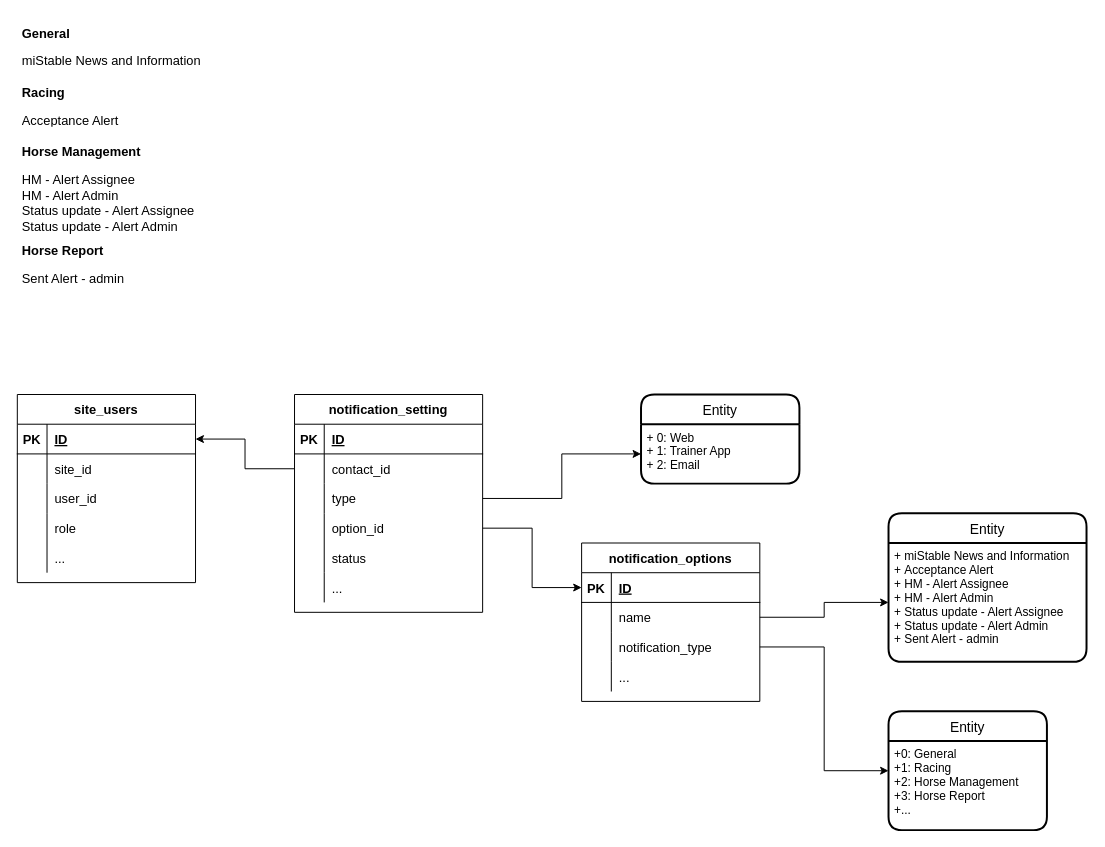
Before: Notification.drawio in loan-ngo/demo01, a draw.io diagram. Source tidied: cells renumbered, new cells numbered last; positions are measured from the earlier drawing's top-left corner, leaving out a move shared by most shapes. Both pictures are drawn from the tidied source at 99%, with x=0, y=0 at pixel (17, 38).
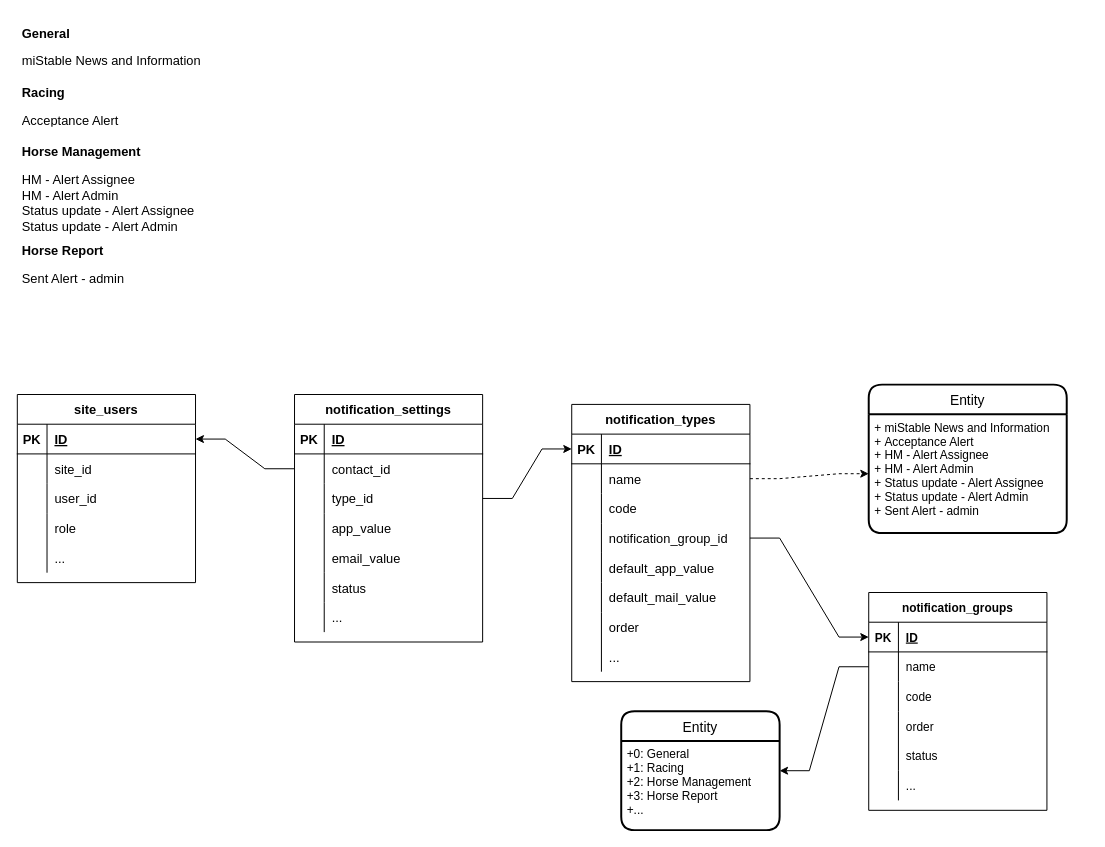
The same diagram, later.

The change refers to these unchanged cells:
```xml
<mxCell id="7" style="shape=tableRow;horizontal=0;startSize=0;swimlaneHead=0;swimlaneBody=0;fillColor=none;points=[[0,0.5],[1,0.5]];portConstraint=eastwest;top=0;left=0;right=0;bottom=1;fontSize=13;" parent="6" vertex="1">
  <mxGeometry y="30" width="180" height="30" as="geometry" />
</mxCell>
<mxCell id="26" style="shape=tableRow;horizontal=0;startSize=0;swimlaneHead=0;swimlaneBody=0;fillColor=none;points=[[0,0.5],[1,0.5]];portConstraint=eastwest;top=0;left=0;right=0;bottom=0;fontSize=13;" parent="22" vertex="1">
  <mxGeometry y="60" width="190" height="30" as="geometry" />
</mxCell>
<mxCell id="35" style="shape=tableRow;horizontal=0;startSize=0;swimlaneHead=0;swimlaneBody=0;fillColor=none;top=0;left=0;right=0;bottom=0;fontSize=13;" parent="22" vertex="1">
  <mxGeometry y="150" width="190" height="30" as="geometry" />
</mxCell>
<mxCell id="49" style="shape=tableRow;horizontal=0;startSize=0;swimlaneHead=0;swimlaneBody=0;fillColor=none;points=[[0,0.5],[1,0.5]];portConstraint=eastwest;top=0;left=0;right=0;bottom=1;fontSize=13;" parent="48" vertex="1">
  <mxGeometry y="30" width="180" height="30" as="geometry" />
</mxCell>
<mxCell id="52" style="shape=tableRow;horizontal=0;startSize=0;swimlaneHead=0;swimlaneBody=0;fillColor=none;points=[[0,0.5],[1,0.5]];portConstraint=eastwest;top=0;left=0;right=0;bottom=0;fontSize=13;" parent="48" vertex="1">
  <mxGeometry y="60" width="180" height="30" as="geometry" />
</mxCell>
<mxCell id="62" value="+ miStable News and Information&#10;+ Acceptance Alert&#10;+ HM - Alert Assignee&#10;+ HM - Alert Admin&#10;+ Status update - Alert Assignee&#10;+ Status update - Alert Admin&#10;+ Sent Alert - admin" style="align=left;strokeColor=none;fillColor=none;spacingLeft=4;fontSize=12;verticalAlign=top;" parent="61" vertex="1">
  <mxGeometry y="30" width="200" height="120" as="geometry" />
</mxCell>
```

The edit, as a diff of the source:
```diff
@@
-    <mxCell id="22" value="notification_setting" style="shape=table;startSize=30;childLayout=tableLayout;rowLines=0;fontStyle=1;align=center;fontSize=13;" parent="1" vertex="1">
-      <mxGeometry x="280" y="360" width="190" height="220" as="geometry" />
+    <mxCell id="22" value="notification_settings" style="shape=table;startSize=30;childLayout=tableLayout;rowLines=0;fontStyle=1;align=center;fontSize=13;" parent="1" vertex="1">
+      <mxGeometry x="280" y="360" width="190" height="250" as="geometry" />
     </mxCell>
@@
-    <mxCell id="29" style="shape=tableRow;horizontal=0;startSize=0;swimlaneHead=0;swimlaneBody=0;fillColor=none;points=[[0,0.5],[1,0.5]];portConstraint=eastwest;top=0;left=0;right=0;bottom=0;fontSize=13;" parent="22" vertex="1">
-      <mxGeometry y="90" width="190" height="30" as="geometry" />
-    </mxCell>
-    <mxCell id="30" style="shape=partialRectangle;fillColor=none;top=0;left=0;bottom=0;right=0;overflow=hidden;fontSize=13;" parent="29" vertex="1">
-      <mxGeometry width="30" height="30" as="geometry" />
-    </mxCell>
-    <mxCell id="31" value="type" style="shape=partialRectangle;fillColor=none;top=0;left=0;bottom=0;right=0;align=left;spacingLeft=6;overflow=hidden;fontSize=13;" parent="29" vertex="1">
-      <mxGeometry x="30" width="160" height="30" as="geometry" />
-    </mxCell>
     <mxCell id="32" style="shape=tableRow;horizontal=0;startSize=0;swimlaneHead=0;swimlaneBody=0;fillColor=none;points=[[0,0.5],[1,0.5]];portConstraint=eastwest;top=0;left=0;right=0;bottom=0;fontSize=13;" parent="22" vertex="1">
-      <mxGeometry y="120" width="190" height="30" as="geometry" />
+      <mxGeometry y="90" width="190" height="30" as="geometry" />
     </mxCell>
@@
-    <mxCell id="34" value="option_id" style="shape=partialRectangle;fillColor=none;top=0;left=0;bottom=0;right=0;align=left;spacingLeft=6;overflow=hidden;fontSize=13;" parent="32" vertex="1">
+    <mxCell id="34" value="type_id" style="shape=partialRectangle;fillColor=none;top=0;left=0;bottom=0;right=0;align=left;spacingLeft=6;overflow=hidden;fontSize=13;" parent="32" vertex="1">
       <mxGeometry x="30" width="160" height="30" as="geometry" />
     </mxCell>
+    <mxCell id="65" style="shape=tableRow;horizontal=0;startSize=0;swimlaneHead=0;swimlaneBody=0;fillColor=none;top=0;left=0;right=0;bottom=0;fontSize=13;" parent="22" vertex="1">
+      <mxGeometry y="120" width="190" height="30" as="geometry" />
+    </mxCell>
+    <mxCell id="66" style="shape=partialRectangle;fillColor=none;top=0;left=0;bottom=0;right=0;overflow=hidden;fontSize=13;" parent="65" vertex="1">
+      <mxGeometry width="30" height="30" as="geometry" />
+    </mxCell>
+    <mxCell id="67" value="app_value" style="shape=partialRectangle;fillColor=none;top=0;left=0;bottom=0;right=0;align=left;spacingLeft=6;overflow=hidden;fontSize=13;" parent="65" vertex="1">
+      <mxGeometry x="30" width="160" height="30" as="geometry" />
+    </mxCell>
@@
-    <mxCell id="36" style="shape=partialRectangle;fillColor=none;top=0;left=0;bottom=0;right=0;overflow=hidden;fontSize=13;" parent="35" vertex="1">
-      <mxGeometry width="30" height="30" as="geometry" />
-    </mxCell>
+    <mxCell id="68" style="shape=partialRectangle;fillColor=none;top=0;left=0;bottom=0;right=0;overflow=hidden;fontSize=13;" parent="35" vertex="1">
+      <mxGeometry width="30" height="30" as="geometry" />
+    </mxCell>
+    <mxCell id="69" value="email_value" style="shape=partialRectangle;fillColor=none;top=0;left=0;bottom=0;right=0;align=left;spacingLeft=6;overflow=hidden;fontSize=13;" parent="35" vertex="1">
+      <mxGeometry x="30" width="160" height="30" as="geometry" />
+    </mxCell>
+    <mxCell id="70" style="shape=tableRow;horizontal=0;startSize=0;swimlaneHead=0;swimlaneBody=0;fillColor=none;top=0;left=0;right=0;bottom=0;fontSize=13;" parent="22" vertex="1">
+      <mxGeometry y="180" width="190" height="30" as="geometry" />
+    </mxCell>
+    <mxCell id="71" style="shape=partialRectangle;fillColor=none;top=0;left=0;bottom=0;right=0;overflow=hidden;fontSize=13;" parent="70" vertex="1">
+      <mxGeometry width="30" height="30" as="geometry" />
+    </mxCell>
-    <mxCell id="37" value="status" style="shape=partialRectangle;fillColor=none;top=0;left=0;bottom=0;right=0;align=left;spacingLeft=6;overflow=hidden;fontSize=13;" parent="35" vertex="1">
+    <mxCell id="37" value="status" style="shape=partialRectangle;fillColor=none;top=0;left=0;bottom=0;right=0;align=left;spacingLeft=6;overflow=hidden;fontSize=13;" parent="70" vertex="1">
       <mxGeometry x="30" width="160" height="30" as="geometry" />
     </mxCell>
     <mxCell id="38" style="shape=tableRow;horizontal=0;startSize=0;swimlaneHead=0;swimlaneBody=0;fillColor=none;top=0;left=0;right=0;bottom=0;fontSize=13;" parent="22" vertex="1">
-      <mxGeometry y="180" width="190" height="30" as="geometry" />
+      <mxGeometry y="210" width="190" height="30" as="geometry" />
     </mxCell>
@@
     <mxCell id="41" value="Entity" style="swimlane;horizontal=1;startSize=30;rounded=1;fontSize=14;fontStyle=0;strokeWidth=2;shadow=0;dashed=0;align=center;" parent="1" vertex="1">
-      <mxGeometry x="880" y="680" width="160" height="120" as="geometry" />
+      <mxGeometry x="610" y="680" width="160" height="120" as="geometry" />
     </mxCell>
@@
-    <mxCell id="43" style="edgeStyle=orthogonalEdgeStyle;rounded=0;jettySize=auto;html=1;exitX=1;exitY=0.5;exitDx=0;exitDy=0;entryX=0;entryY=0.5;entryDx=0;entryDy=0;fontSize=13;" parent="1" edge="1" source="55" target="41">
-      <mxGeometry relative="1" as="geometry" />
-    </mxCell>
-    <mxCell id="44" value="Entity" style="swimlane;horizontal=1;startSize=30;rounded=1;fontSize=14;fontStyle=0;strokeWidth=2;shadow=0;dashed=0;align=center;" parent="1" vertex="1">
-      <mxGeometry x="630" y="360" width="160" height="90" as="geometry" />
-    </mxCell>
-    <mxCell id="45" value="+ 0: Web&#10;+ 1: Trainer App&#10;+ 2: Email" style="align=left;strokeColor=none;fillColor=none;spacingLeft=4;fontSize=12;verticalAlign=top;" parent="44" vertex="1">
-      <mxGeometry y="30" width="160" height="60" as="geometry" />
-    </mxCell>
-    <mxCell id="46" style="edgeStyle=orthogonalEdgeStyle;rounded=0;jettySize=auto;html=1;exitX=1;exitY=0.5;exitDx=0;exitDy=0;entryX=0;entryY=0.5;entryDx=0;entryDy=0;fontSize=13;" parent="1" edge="1" source="29" target="45">
-      <mxGeometry relative="1" as="geometry" />
-    </mxCell>
-    <mxCell id="47" style="edgeStyle=orthogonalEdgeStyle;rounded=0;jettySize=auto;html=1;exitX=0;exitY=0.5;exitDx=0;exitDy=0;entryX=1;entryY=0.5;entryDx=0;entryDy=0;fontSize=13;" parent="1" edge="1" source="26" target="7">
+    <mxCell id="47" style="edgeStyle=entityRelationEdgeStyle;rounded=0;jettySize=auto;html=1;exitX=0;exitY=0.5;exitDx=0;exitDy=0;entryX=1;entryY=0.5;entryDx=0;entryDy=0;fontSize=13;" parent="1" edge="1" source="26" target="7">
       <mxGeometry relative="1" as="geometry" />
     </mxCell>
-    <mxCell id="48" value="notification_options" style="shape=table;startSize=30;childLayout=tableLayout;rowLines=0;fontStyle=1;align=center;fontSize=13;" parent="1" vertex="1">
-      <mxGeometry x="570" y="510" width="180" height="160" as="geometry" />
+    <mxCell id="48" value="notification_types" style="shape=table;startSize=30;childLayout=tableLayout;rowLines=0;fontStyle=1;align=center;fontSize=13;" parent="1" vertex="1">
+      <mxGeometry x="560" y="370" width="180" height="280" as="geometry" />
     </mxCell>
@@
+    <mxCell id="72" style="shape=tableRow;horizontal=0;startSize=0;swimlaneHead=0;swimlaneBody=0;fillColor=none;top=0;left=0;right=0;bottom=0;fontSize=13;" parent="48" vertex="1">
+      <mxGeometry y="90" width="180" height="30" as="geometry" />
+    </mxCell>
+    <mxCell id="73" style="shape=partialRectangle;fillColor=none;top=0;left=0;bottom=0;right=0;overflow=hidden;fontSize=13;" parent="72" vertex="1">
+      <mxGeometry width="30" height="30" as="geometry" />
+    </mxCell>
+    <mxCell id="74" value="code" style="shape=partialRectangle;fillColor=none;top=0;left=0;bottom=0;right=0;align=left;spacingLeft=6;overflow=hidden;fontSize=13;" parent="72" vertex="1">
+      <mxGeometry x="30" width="150" height="30" as="geometry" />
+    </mxCell>
     <mxCell id="55" style="shape=tableRow;horizontal=0;startSize=0;swimlaneHead=0;swimlaneBody=0;fillColor=none;points=[[0,0.5],[1,0.5]];portConstraint=eastwest;top=0;left=0;right=0;bottom=0;fontSize=13;" parent="48" vertex="1">
-      <mxGeometry y="90" width="180" height="30" as="geometry" />
+      <mxGeometry y="120" width="180" height="30" as="geometry" />
     </mxCell>
@@
-    <mxCell id="57" value="notification_type" style="shape=partialRectangle;fillColor=none;top=0;left=0;bottom=0;right=0;align=left;spacingLeft=6;overflow=hidden;fontSize=13;" parent="55" vertex="1">
+    <mxCell id="57" value="notification_group_id" style="shape=partialRectangle;fillColor=none;top=0;left=0;bottom=0;right=0;align=left;spacingLeft=6;overflow=hidden;fontSize=13;" parent="55" vertex="1">
       <mxGeometry x="30" width="150" height="30" as="geometry" />
     </mxCell>
     <mxCell id="58" style="shape=tableRow;horizontal=0;startSize=0;swimlaneHead=0;swimlaneBody=0;fillColor=none;top=0;left=0;right=0;bottom=0;fontSize=13;" parent="48" vertex="1">
-      <mxGeometry y="120" width="180" height="30" as="geometry" />
+      <mxGeometry y="150" width="180" height="30" as="geometry" />
     </mxCell>
@@
-    <mxCell id="60" value="..." style="shape=partialRectangle;fillColor=none;top=0;left=0;bottom=0;right=0;align=left;spacingLeft=6;overflow=hidden;fontSize=13;" parent="58" vertex="1">
+    <mxCell id="60" value="default_app_value" style="shape=partialRectangle;fillColor=none;top=0;left=0;bottom=0;right=0;align=left;spacingLeft=6;overflow=hidden;fontSize=13;" parent="58" vertex="1">
       <mxGeometry x="30" width="150" height="30" as="geometry" />
     </mxCell>
+    <mxCell id="75" style="shape=tableRow;horizontal=0;startSize=0;swimlaneHead=0;swimlaneBody=0;fillColor=none;top=0;left=0;right=0;bottom=0;fontSize=13;" parent="48" vertex="1">
+      <mxGeometry y="180" width="180" height="30" as="geometry" />
+    </mxCell>
+    <mxCell id="76" style="shape=partialRectangle;fillColor=none;top=0;left=0;bottom=0;right=0;overflow=hidden;fontSize=13;" parent="75" vertex="1">
+      <mxGeometry width="30" height="30" as="geometry" />
+    </mxCell>
+    <mxCell id="77" value="default_mail_value" style="shape=partialRectangle;fillColor=none;top=0;left=0;bottom=0;right=0;align=left;spacingLeft=6;overflow=hidden;fontSize=13;" parent="75" vertex="1">
+      <mxGeometry x="30" width="150" height="30" as="geometry" />
+    </mxCell>
+    <mxCell id="78" style="shape=tableRow;horizontal=0;startSize=0;swimlaneHead=0;swimlaneBody=0;fillColor=none;top=0;left=0;right=0;bottom=0;fontSize=13;" parent="48" vertex="1">
+      <mxGeometry y="210" width="180" height="30" as="geometry" />
+    </mxCell>
+    <mxCell id="79" style="shape=partialRectangle;fillColor=none;top=0;left=0;bottom=0;right=0;overflow=hidden;fontSize=13;" parent="78" vertex="1">
+      <mxGeometry width="30" height="30" as="geometry" />
+    </mxCell>
+    <mxCell id="80" value="order" style="shape=partialRectangle;fillColor=none;top=0;left=0;bottom=0;right=0;align=left;spacingLeft=6;overflow=hidden;fontSize=13;" parent="78" vertex="1">
+      <mxGeometry x="30" width="150" height="30" as="geometry" />
+    </mxCell>
+    <mxCell id="81" style="shape=tableRow;horizontal=0;startSize=0;swimlaneHead=0;swimlaneBody=0;fillColor=none;top=0;left=0;right=0;bottom=0;fontSize=13;" parent="48" vertex="1">
+      <mxGeometry y="240" width="180" height="30" as="geometry" />
+    </mxCell>
+    <mxCell id="82" style="shape=partialRectangle;fillColor=none;top=0;left=0;bottom=0;right=0;overflow=hidden;fontSize=13;" parent="81" vertex="1">
+      <mxGeometry width="30" height="30" as="geometry" />
+    </mxCell>
+    <mxCell id="83" value="..." style="shape=partialRectangle;fillColor=none;top=0;left=0;bottom=0;right=0;align=left;spacingLeft=6;overflow=hidden;fontSize=13;" parent="81" vertex="1">
+      <mxGeometry x="30" width="150" height="30" as="geometry" />
+    </mxCell>
     <mxCell id="61" value="Entity" style="swimlane;horizontal=1;startSize=30;rounded=1;fontSize=14;fontStyle=0;strokeWidth=2;shadow=0;dashed=0;align=center;" parent="1" vertex="1">
-      <mxGeometry x="880" y="480" width="200" height="150" as="geometry" />
+      <mxGeometry x="860" y="350" width="200" height="150" as="geometry" />
     </mxCell>
@@
-    <mxCell id="63" style="edgeStyle=orthogonalEdgeStyle;rounded=0;jettySize=auto;html=1;entryX=0;entryY=0.5;entryDx=0;entryDy=0;fontSize=13;" parent="1" edge="1" source="52" target="62">
+    <mxCell id="63" style="edgeStyle=entityRelationEdgeStyle;rounded=0;jettySize=auto;html=1;entryX=0;entryY=0.5;entryDx=0;entryDy=0;fontSize=13;dashed=1;" parent="1" edge="1" source="52" target="62">
       <mxGeometry relative="1" as="geometry" />
     </mxCell>
-    <mxCell id="64" style="edgeStyle=orthogonalEdgeStyle;rounded=0;jettySize=auto;html=1;entryX=0;entryY=0.5;entryDx=0;entryDy=0;fontSize=13;" parent="1" edge="1" source="32" target="49">
+    <mxCell id="64" style="edgeStyle=entityRelationEdgeStyle;rounded=0;jettySize=auto;html=1;entryX=0;entryY=0.5;entryDx=0;entryDy=0;fontSize=13;" parent="1" edge="1" source="32" target="49">
       <mxGeometry relative="1" as="geometry" />
     </mxCell>
+    <mxCell id="84" value="notification_groups" style="shape=table;startSize=30;childLayout=tableLayout;rowLines=0;fontStyle=1;align=center;" parent="1" vertex="1">
+      <mxGeometry x="860" y="560" width="180" height="220" as="geometry" />
+    </mxCell>
+    <mxCell id="85" style="shape=tableRow;horizontal=0;startSize=0;swimlaneHead=0;swimlaneBody=0;fillColor=none;points=[[0,0.5],[1,0.5]];portConstraint=eastwest;top=0;left=0;right=0;bottom=1;" parent="84" vertex="1">
+      <mxGeometry y="30" width="180" height="30" as="geometry" />
+    </mxCell>
+    <mxCell id="86" value="PK" style="shape=partialRectangle;fillColor=none;top=0;left=0;bottom=0;right=0;fontStyle=1;overflow=hidden;" parent="85" vertex="1">
+      <mxGeometry width="30" height="30" as="geometry" />
+    </mxCell>
+    <mxCell id="87" value="ID" style="shape=partialRectangle;fillColor=none;top=0;left=0;bottom=0;right=0;align=left;spacingLeft=6;fontStyle=5;overflow=hidden;" parent="85" vertex="1">
+      <mxGeometry x="30" width="150" height="30" as="geometry" />
+    </mxCell>
+    <mxCell id="88" style="shape=tableRow;horizontal=0;startSize=0;swimlaneHead=0;swimlaneBody=0;fillColor=none;points=[[0,0.5],[1,0.5]];portConstraint=eastwest;top=0;left=0;right=0;bottom=0;" parent="84" vertex="1">
+      <mxGeometry y="60" width="180" height="30" as="geometry" />
+    </mxCell>
+    <mxCell id="89" style="shape=partialRectangle;fillColor=none;top=0;left=0;bottom=0;right=0;overflow=hidden;" parent="88" vertex="1">
+      <mxGeometry width="30" height="30" as="geometry" />
+    </mxCell>
+    <mxCell id="90" value="name" style="shape=partialRectangle;fillColor=none;top=0;left=0;bottom=0;right=0;align=left;spacingLeft=6;overflow=hidden;" parent="88" vertex="1">
+      <mxGeometry x="30" width="150" height="30" as="geometry" />
+    </mxCell>
+    <mxCell id="91" style="shape=tableRow;horizontal=0;startSize=0;swimlaneHead=0;swimlaneBody=0;fillColor=none;top=0;left=0;right=0;bottom=0;" parent="84" vertex="1">
+      <mxGeometry y="90" width="180" height="30" as="geometry" />
+    </mxCell>
+    <mxCell id="92" style="shape=partialRectangle;fillColor=none;top=0;left=0;bottom=0;right=0;overflow=hidden;" parent="91" vertex="1">
+      <mxGeometry width="30" height="30" as="geometry" />
+    </mxCell>
+    <mxCell id="93" value="code" style="shape=partialRectangle;fillColor=none;top=0;left=0;bottom=0;right=0;align=left;spacingLeft=6;overflow=hidden;" parent="91" vertex="1">
+      <mxGeometry x="30" width="150" height="30" as="geometry" />
+    </mxCell>
+    <mxCell id="94" style="shape=tableRow;horizontal=0;startSize=0;swimlaneHead=0;swimlaneBody=0;fillColor=none;top=0;left=0;right=0;bottom=0;" parent="84" vertex="1">
+      <mxGeometry y="120" width="180" height="30" as="geometry" />
+    </mxCell>
+    <mxCell id="95" style="shape=partialRectangle;fillColor=none;top=0;left=0;bottom=0;right=0;overflow=hidden;" parent="94" vertex="1">
+      <mxGeometry width="30" height="30" as="geometry" />
+    </mxCell>
+    <mxCell id="96" value="order" style="shape=partialRectangle;fillColor=none;top=0;left=0;bottom=0;right=0;align=left;spacingLeft=6;overflow=hidden;" parent="94" vertex="1">
+      <mxGeometry x="30" width="150" height="30" as="geometry" />
+    </mxCell>
+    <mxCell id="97" style="shape=tableRow;horizontal=0;startSize=0;swimlaneHead=0;swimlaneBody=0;fillColor=none;top=0;left=0;right=0;bottom=0;" parent="84" vertex="1">
+      <mxGeometry y="150" width="180" height="30" as="geometry" />
+    </mxCell>
+    <mxCell id="98" style="shape=partialRectangle;fillColor=none;top=0;left=0;bottom=0;right=0;overflow=hidden;" parent="97" vertex="1">
+      <mxGeometry width="30" height="30" as="geometry" />
+    </mxCell>
+    <mxCell id="99" value="status" style="shape=partialRectangle;fillColor=none;top=0;left=0;bottom=0;right=0;align=left;spacingLeft=6;overflow=hidden;" parent="97" vertex="1">
+      <mxGeometry x="30" width="150" height="30" as="geometry" />
+    </mxCell>
+    <mxCell id="100" style="shape=tableRow;horizontal=0;startSize=0;swimlaneHead=0;swimlaneBody=0;fillColor=none;top=0;left=0;right=0;bottom=0;" parent="84" vertex="1">
+      <mxGeometry y="180" width="180" height="30" as="geometry" />
+    </mxCell>
+    <mxCell id="101" style="shape=partialRectangle;fillColor=none;top=0;left=0;bottom=0;right=0;overflow=hidden;" parent="100" vertex="1">
+      <mxGeometry width="30" height="30" as="geometry" />
+    </mxCell>
+    <mxCell id="102" value="..." style="shape=partialRectangle;fillColor=none;top=0;left=0;bottom=0;right=0;align=left;spacingLeft=6;overflow=hidden;" parent="100" vertex="1">
+      <mxGeometry x="30" width="150" height="30" as="geometry" />
+    </mxCell>
+    <mxCell id="103" style="edgeStyle=entityRelationEdgeStyle;rounded=0;jettySize=auto;html=1;exitX=1;exitY=0.5;exitDx=0;exitDy=0;entryX=0;entryY=0.5;entryDx=0;entryDy=0;" parent="1" edge="1" source="55" target="85">
+      <mxGeometry relative="1" as="geometry" />
+    </mxCell>
+    <mxCell id="104" style="edgeStyle=entityRelationEdgeStyle;rounded=0;jettySize=auto;html=1;exitX=0;exitY=0.5;exitDx=0;exitDy=0;entryX=1;entryY=0.5;entryDx=0;entryDy=0;" parent="1" edge="1" source="88" target="41">
+      <mxGeometry relative="1" as="geometry" />
+    </mxCell>
```
